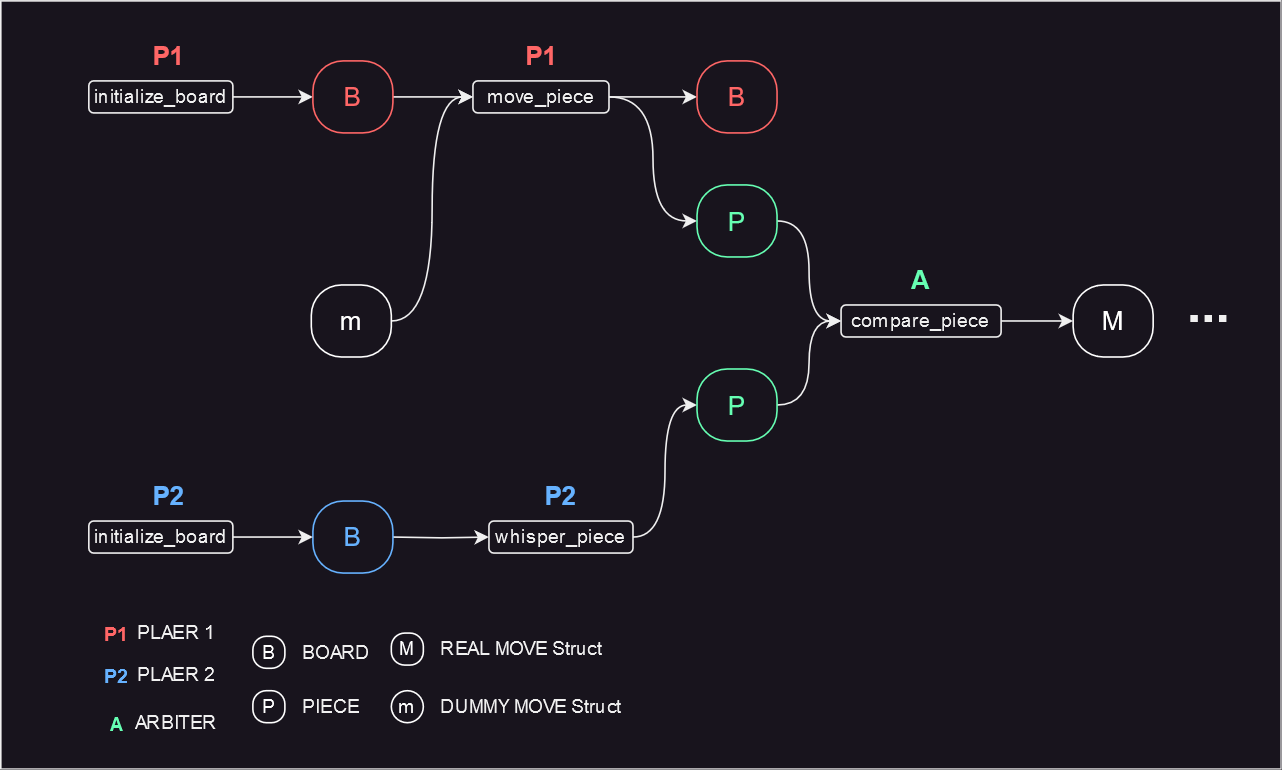
Before: resources/land_battle_chess_steps.png, a diagram exported from draw.io (zksprint/land_battle_chess.aleo). Source tidied: cells renumbered, new cells last; positions are measured from the earlier drawing's top-left corner, leaving out a move shared by most shapes. Source of this version:
```xml
<mxGraphModel>
  <root>
    <mxCell id="0" />
    <mxCell id="1" parent="0" />
    <mxCell id="2" style="rounded=0;whiteSpace=wrap;html=1;" parent="1" vertex="1">
      <mxGeometry width="800" height="480" as="geometry" />
    </mxCell>
    <mxCell id="3" style="edgeStyle=orthogonalEdgeStyle;rounded=0;jettySize=auto;html=1;" parent="1" edge="1" source="4" target="8">
      <mxGeometry relative="1" as="geometry" />
    </mxCell>
    <mxCell id="4" value="initialize_board" style="rounded=1;whiteSpace=wrap;html=1;" parent="1" vertex="1">
      <mxGeometry x="55" y="50" width="90" height="20" as="geometry" />
    </mxCell>
    <mxCell id="5" value="&lt;div style=&quot;font-size: 16px;&quot;&gt;P1&lt;/div&gt;" style="text;html=1;align=center;verticalAlign=middle;whiteSpace=wrap;rounded=0;fontStyle=1;fontSize=16;fontColor=#FF6666;" parent="1" vertex="1">
      <mxGeometry x="75" y="20" width="60" height="30" as="geometry" />
    </mxCell>
    <mxCell id="6" value="&lt;div style=&quot;font-size: 16px;&quot;&gt;P2&lt;/div&gt;" style="text;html=1;align=center;verticalAlign=middle;whiteSpace=wrap;rounded=0;fontStyle=1;fontSize=16;fontColor=#66B2FF;" parent="1" vertex="1">
      <mxGeometry x="75" y="295" width="60" height="30" as="geometry" />
    </mxCell>
    <mxCell id="7" style="edgeStyle=orthogonalEdgeStyle;rounded=0;jettySize=auto;html=1;entryX=0;entryY=0.5;entryDx=0;entryDy=0;" parent="1" edge="1" source="8" target="11">
      <mxGeometry relative="1" as="geometry" />
    </mxCell>
    <mxCell id="8" value="B" style="rounded=1;whiteSpace=wrap;html=1;fontSize=16;arcSize=42;fontColor=#FF6666;strokeColor=#FF6666;" parent="1" vertex="1">
      <mxGeometry x="195" y="37.5" width="50" height="45" as="geometry" />
    </mxCell>
    <mxCell id="9" style="edgeStyle=orthogonalEdgeStyle;rounded=0;jettySize=auto;html=1;" parent="1" edge="1" source="11" target="19">
      <mxGeometry relative="1" as="geometry" />
    </mxCell>
    <mxCell id="10" style="edgeStyle=orthogonalEdgeStyle;rounded=0;jettySize=auto;html=1;entryX=0;entryY=0.5;entryDx=0;entryDy=0;curved=1;" parent="1" edge="1" source="11" target="21">
      <mxGeometry relative="1" as="geometry" />
    </mxCell>
    <mxCell id="11" value="move_piece" style="rounded=1;whiteSpace=wrap;html=1;" parent="1" vertex="1">
      <mxGeometry x="295" y="50" width="85" height="20" as="geometry" />
    </mxCell>
    <mxCell id="12" style="edgeStyle=orthogonalEdgeStyle;rounded=0;jettySize=auto;html=1;entryX=0;entryY=0.5;entryDx=0;entryDy=0;curved=1;" parent="1" edge="1" source="13" target="25">
      <mxGeometry relative="1" as="geometry" />
    </mxCell>
    <mxCell id="13" value="whisper_piece" style="rounded=1;whiteSpace=wrap;html=1;" parent="1" vertex="1">
      <mxGeometry x="305" y="325" width="90" height="20" as="geometry" />
    </mxCell>
    <mxCell id="14" style="edgeStyle=orthogonalEdgeStyle;rounded=0;jettySize=auto;html=1;entryX=0;entryY=0.5;entryDx=0;entryDy=0;curved=1;" parent="1" edge="1" source="15" target="26">
      <mxGeometry relative="1" as="geometry" />
    </mxCell>
    <mxCell id="15" value="compare_piece" style="rounded=1;whiteSpace=wrap;html=1;" parent="1" vertex="1">
      <mxGeometry x="525" y="190" width="100" height="20" as="geometry" />
    </mxCell>
    <mxCell id="16" value="&lt;div style=&quot;font-size: 16px;&quot;&gt;P1&lt;/div&gt;" style="text;html=1;align=center;verticalAlign=middle;whiteSpace=wrap;rounded=0;fontStyle=1;fontSize=16;fontColor=#FF6666;" parent="1" vertex="1">
      <mxGeometry x="307.5" y="20" width="60" height="30" as="geometry" />
    </mxCell>
    <mxCell id="17" value="A" style="text;html=1;align=center;verticalAlign=middle;whiteSpace=wrap;rounded=0;fontStyle=1;fontSize=16;fontColor=#66FFB3;" parent="1" vertex="1">
      <mxGeometry x="545" y="160" width="60" height="30" as="geometry" />
    </mxCell>
    <mxCell id="18" value="&lt;div style=&quot;font-size: 16px;&quot;&gt;P2&lt;/div&gt;" style="text;html=1;align=center;verticalAlign=middle;whiteSpace=wrap;rounded=0;fontStyle=1;fontSize=16;fontColor=#66B2FF;" parent="1" vertex="1">
      <mxGeometry x="320" y="295" width="60" height="30" as="geometry" />
    </mxCell>
    <mxCell id="19" value="B" style="rounded=1;whiteSpace=wrap;html=1;fontSize=16;arcSize=42;fontColor=#FF6666;strokeColor=#FF6666;" parent="1" vertex="1">
      <mxGeometry x="435" y="37.5" width="50" height="45" as="geometry" />
    </mxCell>
    <mxCell id="20" style="edgeStyle=orthogonalEdgeStyle;rounded=0;jettySize=auto;html=1;entryX=0;entryY=0.5;entryDx=0;entryDy=0;curved=1;" parent="1" edge="1" source="21" target="15">
      <mxGeometry relative="1" as="geometry" />
    </mxCell>
    <mxCell id="21" value="P" style="rounded=1;whiteSpace=wrap;html=1;fontSize=16;arcSize=42;fontColor=#66FFB3;strokeColor=#66FFB3;" parent="1" vertex="1">
      <mxGeometry x="435" y="115" width="50" height="45" as="geometry" />
    </mxCell>
    <mxCell id="22" style="edgeStyle=orthogonalEdgeStyle;rounded=0;jettySize=auto;html=1;entryX=0;entryY=0.5;entryDx=0;entryDy=0;" parent="1" edge="1" target="13">
      <mxGeometry relative="1" as="geometry">
        <mxPoint x="245" y="335" as="sourcePoint" />
      </mxGeometry>
    </mxCell>
    <mxCell id="23" value="B" style="rounded=1;whiteSpace=wrap;html=1;fontSize=16;arcSize=42;fontColor=#66B2FF;strokeColor=#66B2FF;" parent="1" vertex="1">
      <mxGeometry x="195" y="312.5" width="50" height="45" as="geometry" />
    </mxCell>
    <mxCell id="24" style="edgeStyle=orthogonalEdgeStyle;rounded=0;jettySize=auto;html=1;exitX=1;exitY=0.5;exitDx=0;exitDy=0;entryX=0;entryY=0.5;entryDx=0;entryDy=0;curved=1;" parent="1" edge="1" source="25" target="15">
      <mxGeometry relative="1" as="geometry" />
    </mxCell>
    <mxCell id="25" value="P" style="rounded=1;whiteSpace=wrap;html=1;fontSize=16;arcSize=42;fontColor=#66FFB3;strokeColor=#66FFB3;" parent="1" vertex="1">
      <mxGeometry x="435" y="230" width="50" height="45" as="geometry" />
    </mxCell>
    <mxCell id="26" value="M" style="rounded=1;whiteSpace=wrap;html=1;fontSize=16;arcSize=42;fontColor=#FFFFFF;strokeColor=#FFFFFF;" parent="1" vertex="1">
      <mxGeometry x="670" y="177.5" width="50" height="45" as="geometry" />
    </mxCell>
    <mxCell id="27" style="edgeStyle=orthogonalEdgeStyle;rounded=0;jettySize=auto;html=1;" parent="1" edge="1" source="28">
      <mxGeometry relative="1" as="geometry">
        <mxPoint x="195" y="335" as="targetPoint" />
      </mxGeometry>
    </mxCell>
    <mxCell id="28" value="initialize_board" style="rounded=1;whiteSpace=wrap;html=1;" parent="1" vertex="1">
      <mxGeometry x="55" y="325" width="90" height="20" as="geometry" />
    </mxCell>
    <mxCell id="29" value="&lt;div style=&quot;font-size: 12px;&quot;&gt;P1&lt;/div&gt;" style="text;html=1;align=center;verticalAlign=middle;whiteSpace=wrap;rounded=0;fontStyle=1;fontSize=12;fontColor=#FF6666;" parent="1" vertex="1">
      <mxGeometry x="55" y="386" width="35" height="20" as="geometry" />
    </mxCell>
    <mxCell id="30" value="PLAER 1" style="text;html=1;strokeColor=none;fillColor=none;align=center;verticalAlign=middle;whiteSpace=wrap;rounded=0;" parent="1" vertex="1">
      <mxGeometry x="80" y="380" width="60" height="30" as="geometry" />
    </mxCell>
    <mxCell id="31" value="&lt;div style=&quot;font-size: 12px;&quot;&gt;P2&lt;/div&gt;" style="text;html=1;align=center;verticalAlign=middle;whiteSpace=wrap;rounded=0;fontStyle=1;fontSize=12;fontColor=#66B2FF;" parent="1" vertex="1">
      <mxGeometry x="55" y="412" width="35" height="20" as="geometry" />
    </mxCell>
    <mxCell id="32" value="PLAER 2" style="text;html=1;strokeColor=none;fillColor=none;align=center;verticalAlign=middle;whiteSpace=wrap;rounded=0;" parent="1" vertex="1">
      <mxGeometry x="80" y="406" width="60" height="30" as="geometry" />
    </mxCell>
    <mxCell id="33" value="A" style="text;html=1;align=center;verticalAlign=middle;whiteSpace=wrap;rounded=0;fontStyle=1;fontSize=12;fontColor=#66FFB3;" parent="1" vertex="1">
      <mxGeometry x="55" y="442" width="35" height="20" as="geometry" />
    </mxCell>
    <mxCell id="34" value="ARBITER" style="text;html=1;strokeColor=none;fillColor=none;align=center;verticalAlign=middle;whiteSpace=wrap;rounded=0;" parent="1" vertex="1">
      <mxGeometry x="80" y="436" width="60" height="30" as="geometry" />
    </mxCell>
    <mxCell id="35" value="B" style="rounded=1;whiteSpace=wrap;html=1;fontSize=12;arcSize=42;fontColor=#FFFFFF;strokeColor=#FFFFFF;" parent="1" vertex="1">
      <mxGeometry x="157.5" y="397" width="20" height="20" as="geometry" />
    </mxCell>
    <mxCell id="36" value="BOARD" style="text;html=1;strokeColor=none;fillColor=none;align=left;verticalAlign=middle;whiteSpace=wrap;rounded=0;" parent="1" vertex="1">
      <mxGeometry x="186.5" y="392" width="81" height="30" as="geometry" />
    </mxCell>
    <mxCell id="37" value="M" style="rounded=1;whiteSpace=wrap;html=1;fontSize=12;arcSize=42;fontColor=#FFFFFF;strokeColor=#FFFFFF;" parent="1" vertex="1">
      <mxGeometry x="244" y="395" width="20" height="20" as="geometry" />
    </mxCell>
    <mxCell id="38" value="REAL MOVE Struct" style="text;html=1;strokeColor=none;fillColor=none;align=left;verticalAlign=middle;whiteSpace=wrap;rounded=0;" parent="1" vertex="1">
      <mxGeometry x="273" y="390" width="107" height="30" as="geometry" />
    </mxCell>
    <mxCell id="39" value="P" style="rounded=1;whiteSpace=wrap;html=1;fontSize=12;arcSize=42;fontColor=#FFFFFF;strokeColor=#FFFFFF;" parent="1" vertex="1">
      <mxGeometry x="157.5" y="431" width="20" height="20" as="geometry" />
    </mxCell>
    <mxCell id="40" value="PIECE" style="text;html=1;strokeColor=none;fillColor=none;align=left;verticalAlign=middle;whiteSpace=wrap;rounded=0;" parent="1" vertex="1">
      <mxGeometry x="186.5" y="426" width="93.5" height="30" as="geometry" />
    </mxCell>
    <mxCell id="41" value="&lt;font size=&quot;1&quot;&gt;&lt;b style=&quot;font-size: 32px;&quot;&gt;...&lt;/b&gt;&lt;/font&gt;" style="rounded=1;whiteSpace=wrap;html=1;fillColor=none;strokeColor=none;" parent="1" vertex="1">
      <mxGeometry x="730" y="180" width="50" height="20" as="geometry" />
    </mxCell>
    <mxCell id="42" style="edgeStyle=orthogonalEdgeStyle;rounded=0;jettySize=auto;html=1;entryX=0;entryY=0.5;entryDx=0;entryDy=0;curved=1;" parent="1" edge="1" source="43" target="11">
      <mxGeometry relative="1" as="geometry" />
    </mxCell>
    <mxCell id="43" value="m" style="rounded=1;whiteSpace=wrap;html=1;fontSize=16;arcSize=42;fontColor=#FFFFFF;strokeColor=#FFFFFF;" parent="1" vertex="1">
      <mxGeometry x="194" y="177.5" width="50" height="45" as="geometry" />
    </mxCell>
    <mxCell id="44" value="m" style="rounded=1;whiteSpace=wrap;html=1;fontSize=12;arcSize=50;fontColor=#FFFFFF;strokeColor=#FFFFFF;" parent="1" vertex="1">
      <mxGeometry x="244" y="431" width="20" height="20" as="geometry" />
    </mxCell>
    <mxCell id="45" value="DUMMY MOVE Struct" style="text;html=1;strokeColor=none;fillColor=none;align=left;verticalAlign=middle;whiteSpace=wrap;rounded=0;" parent="1" vertex="1">
      <mxGeometry x="273" y="426" width="127" height="30" as="geometry" />
    </mxCell>
  </root>
</mxGraphModel>
```
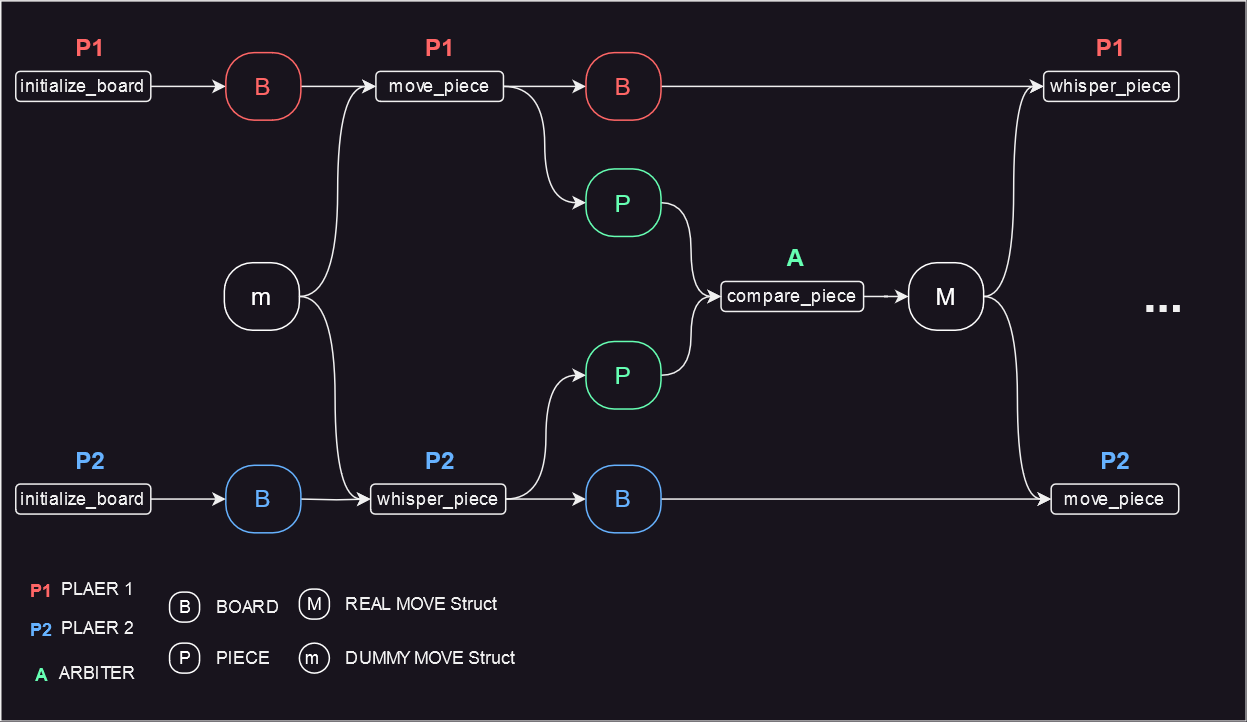
Above is the later version.

Change to the diagram source:
```diff
@@ -3,7 +3,7 @@
     <mxCell id="0" />
     <mxCell id="1" parent="0" />
     <mxCell id="2" style="rounded=0;whiteSpace=wrap;html=1;" parent="1" vertex="1">
-      <mxGeometry width="800" height="480" as="geometry" />
+      <mxGeometry x="45" y="3" width="830" height="480" as="geometry" />
     </mxCell>
     <mxCell id="3" style="edgeStyle=orthogonalEdgeStyle;rounded=0;jettySize=auto;html=1;" parent="1" edge="1" source="4" target="8">
       <mxGeometry relative="1" as="geometry" />
@@ -35,14 +35,17 @@
     <mxCell id="12" style="edgeStyle=orthogonalEdgeStyle;rounded=0;jettySize=auto;html=1;entryX=0;entryY=0.5;entryDx=0;entryDy=0;curved=1;" parent="1" edge="1" source="13" target="25">
       <mxGeometry relative="1" as="geometry" />
     </mxCell>
+    <mxCell id="46" style="edgeStyle=orthogonalEdgeStyle;rounded=0;jettySize=auto;html=1;" parent="1" edge="1" source="13" target="52">
+      <mxGeometry relative="1" as="geometry" />
+    </mxCell>
     <mxCell id="13" value="whisper_piece" style="rounded=1;whiteSpace=wrap;html=1;" parent="1" vertex="1">
-      <mxGeometry x="305" y="325" width="90" height="20" as="geometry" />
+      <mxGeometry x="291.5" y="325" width="90" height="20" as="geometry" />
     </mxCell>
     <mxCell id="14" style="edgeStyle=orthogonalEdgeStyle;rounded=0;jettySize=auto;html=1;entryX=0;entryY=0.5;entryDx=0;entryDy=0;curved=1;" parent="1" edge="1" source="15" target="26">
       <mxGeometry relative="1" as="geometry" />
     </mxCell>
     <mxCell id="15" value="compare_piece" style="rounded=1;whiteSpace=wrap;html=1;" parent="1" vertex="1">
-      <mxGeometry x="525" y="190" width="100" height="20" as="geometry" />
+      <mxGeometry x="525" y="190" width="95" height="20" as="geometry" />
     </mxCell>
     <mxCell id="16" value="&lt;div style=&quot;font-size: 16px;&quot;&gt;P1&lt;/div&gt;" style="text;html=1;align=center;verticalAlign=middle;whiteSpace=wrap;rounded=0;fontStyle=1;fontSize=16;fontColor=#FF6666;" parent="1" vertex="1">
       <mxGeometry x="307.5" y="20" width="60" height="30" as="geometry" />
@@ -51,8 +54,11 @@
       <mxGeometry x="545" y="160" width="60" height="30" as="geometry" />
     </mxCell>
     <mxCell id="18" value="&lt;div style=&quot;font-size: 16px;&quot;&gt;P2&lt;/div&gt;" style="text;html=1;align=center;verticalAlign=middle;whiteSpace=wrap;rounded=0;fontStyle=1;fontSize=16;fontColor=#66B2FF;" parent="1" vertex="1">
-      <mxGeometry x="320" y="295" width="60" height="30" as="geometry" />
+      <mxGeometry x="307.5" y="295" width="60" height="30" as="geometry" />
     </mxCell>
+    <mxCell id="47" style="edgeStyle=orthogonalEdgeStyle;rounded=0;jettySize=auto;html=1;entryX=0;entryY=0.5;entryDx=0;entryDy=0;" parent="1" edge="1" source="19" target="54">
+      <mxGeometry relative="1" as="geometry" />
+    </mxCell>
     <mxCell id="19" value="B" style="rounded=1;whiteSpace=wrap;html=1;fontSize=16;arcSize=42;fontColor=#FF6666;strokeColor=#FF6666;" parent="1" vertex="1">
       <mxGeometry x="435" y="37.5" width="50" height="45" as="geometry" />
     </mxCell>
@@ -76,8 +82,14 @@
     <mxCell id="25" value="P" style="rounded=1;whiteSpace=wrap;html=1;fontSize=16;arcSize=42;fontColor=#66FFB3;strokeColor=#66FFB3;" parent="1" vertex="1">
       <mxGeometry x="435" y="230" width="50" height="45" as="geometry" />
     </mxCell>
+    <mxCell id="48" style="edgeStyle=orthogonalEdgeStyle;rounded=0;jettySize=auto;html=1;entryX=0;entryY=0.5;entryDx=0;entryDy=0;curved=1;" parent="1" edge="1" source="26" target="53">
+      <mxGeometry relative="1" as="geometry" />
+    </mxCell>
+    <mxCell id="49" style="edgeStyle=orthogonalEdgeStyle;rounded=0;jettySize=auto;html=1;entryX=0;entryY=0.5;entryDx=0;entryDy=0;curved=1;" parent="1" edge="1" source="26" target="54">
+      <mxGeometry relative="1" as="geometry" />
+    </mxCell>
     <mxCell id="26" value="M" style="rounded=1;whiteSpace=wrap;html=1;fontSize=16;arcSize=42;fontColor=#FFFFFF;strokeColor=#FFFFFF;" parent="1" vertex="1">
-      <mxGeometry x="670" y="177.5" width="50" height="45" as="geometry" />
+      <mxGeometry x="650" y="177.5" width="50" height="45" as="geometry" />
     </mxCell>
     <mxCell id="27" style="edgeStyle=orthogonalEdgeStyle;rounded=0;jettySize=auto;html=1;" parent="1" edge="1" source="28">
       <mxGeometry relative="1" as="geometry">
@@ -124,7 +136,7 @@
       <mxGeometry x="186.5" y="426" width="93.5" height="30" as="geometry" />
     </mxCell>
     <mxCell id="41" value="&lt;font size=&quot;1&quot;&gt;&lt;b style=&quot;font-size: 32px;&quot;&gt;...&lt;/b&gt;&lt;/font&gt;" style="rounded=1;whiteSpace=wrap;html=1;fillColor=none;strokeColor=none;" parent="1" vertex="1">
-      <mxGeometry x="730" y="180" width="50" height="20" as="geometry" />
+      <mxGeometry x="795" y="190" width="50" height="20" as="geometry" />
     </mxCell>
     <mxCell id="42" style="edgeStyle=orthogonalEdgeStyle;rounded=0;jettySize=auto;html=1;entryX=0;entryY=0.5;entryDx=0;entryDy=0;curved=1;" parent="1" edge="1" source="43" target="11">
       <mxGeometry relative="1" as="geometry" />
@@ -138,5 +150,26 @@
     <mxCell id="45" value="DUMMY MOVE Struct" style="text;html=1;strokeColor=none;fillColor=none;align=left;verticalAlign=middle;whiteSpace=wrap;rounded=0;" parent="1" vertex="1">
       <mxGeometry x="273" y="426" width="127" height="30" as="geometry" />
     </mxCell>
+    <mxCell id="50" style="edgeStyle=orthogonalEdgeStyle;rounded=0;jettySize=auto;html=1;entryX=0;entryY=0.5;entryDx=0;entryDy=0;curved=1;exitX=1;exitY=0.5;exitDx=0;exitDy=0;" parent="1" edge="1" source="43" target="13">
+      <mxGeometry relative="1" as="geometry" />
+    </mxCell>
+    <mxCell id="51" style="edgeStyle=orthogonalEdgeStyle;rounded=0;jettySize=auto;html=1;entryX=0;entryY=0.5;entryDx=0;entryDy=0;" parent="1" edge="1" source="52" target="53">
+      <mxGeometry relative="1" as="geometry" />
+    </mxCell>
+    <mxCell id="52" value="B" style="rounded=1;whiteSpace=wrap;html=1;fontSize=16;arcSize=42;fontColor=#66B2FF;strokeColor=#66B2FF;" parent="1" vertex="1">
+      <mxGeometry x="435" y="312.5" width="50" height="45" as="geometry" />
+    </mxCell>
+    <mxCell id="53" value="move_piece" style="rounded=1;whiteSpace=wrap;html=1;" parent="1" vertex="1">
+      <mxGeometry x="745" y="325" width="85" height="20" as="geometry" />
+    </mxCell>
+    <mxCell id="54" value="whisper_piece" style="rounded=1;whiteSpace=wrap;html=1;" parent="1" vertex="1">
+      <mxGeometry x="740" y="50" width="90" height="20" as="geometry" />
+    </mxCell>
+    <mxCell id="55" value="&lt;div style=&quot;font-size: 16px;&quot;&gt;P2&lt;/div&gt;" style="text;html=1;align=center;verticalAlign=middle;whiteSpace=wrap;rounded=0;fontStyle=1;fontSize=16;fontColor=#66B2FF;" parent="1" vertex="1">
+      <mxGeometry x="757.5" y="295" width="60" height="30" as="geometry" />
+    </mxCell>
+    <mxCell id="56" value="&lt;div style=&quot;font-size: 16px;&quot;&gt;P1&lt;/div&gt;" style="text;html=1;align=center;verticalAlign=middle;whiteSpace=wrap;rounded=0;fontStyle=1;fontSize=16;fontColor=#FF6666;" parent="1" vertex="1">
+      <mxGeometry x="755" y="20" width="60" height="30" as="geometry" />
+    </mxCell>
   </root>
 </mxGraphModel>
```
